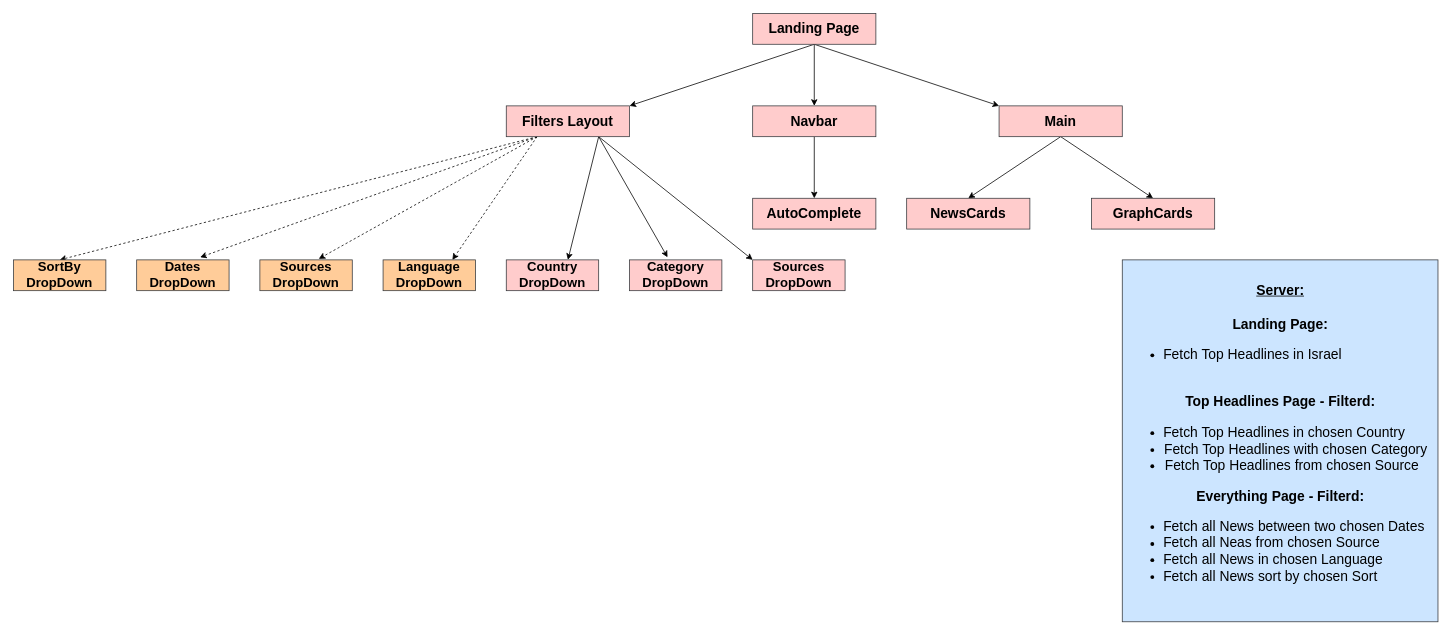
Above: src/utils/components-diagram.drawio in NoyKerenHLS/Dispatcher-Client (draw.io), before the change. Source tidied: cells renumbered, new cells numbered last; positions are measured from the earlier drawing's top-left corner, leaving out a move shared by most shapes. Both pictures are drawn from the tidied source at 77%, with x=0, y=0 at pixel (13, 13).
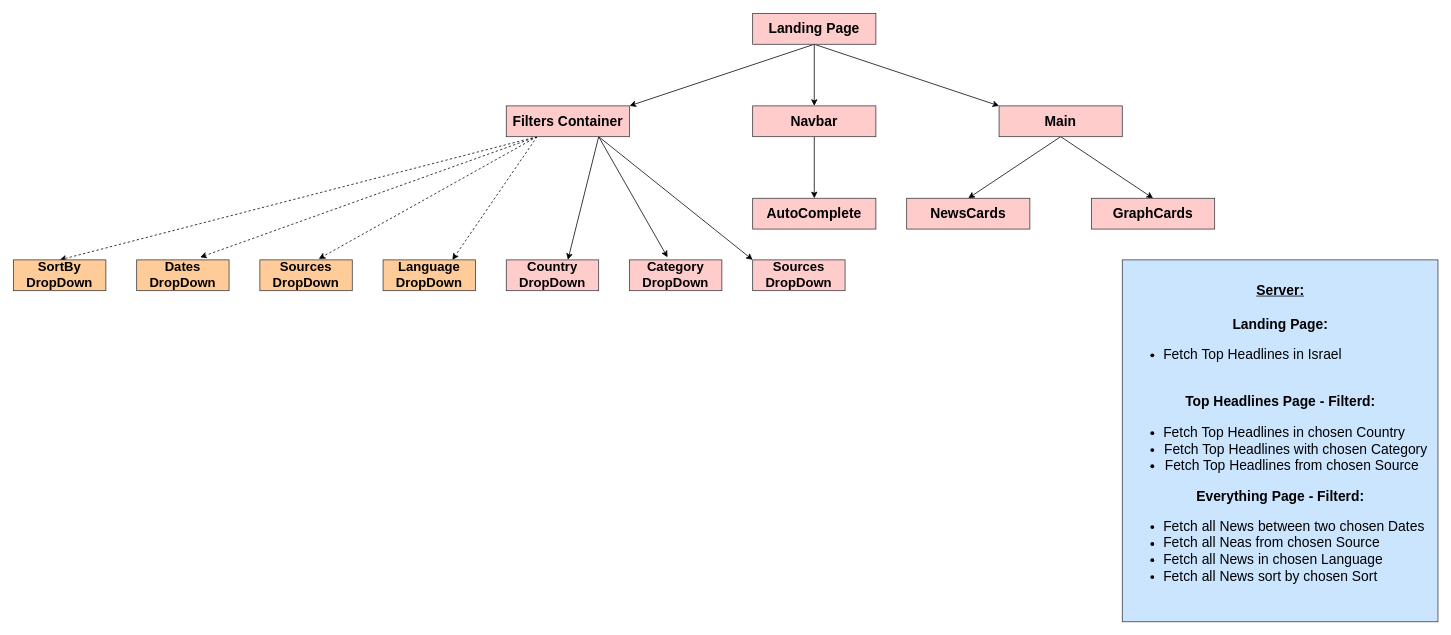
The same diagram, later.

What changed in the source:
```diff
@@
-    <mxCell id="15" value="&lt;b&gt;Filters Layout&lt;/b&gt;" style="rounded=0;whiteSpace=wrap;html=1;fillColor=#ffcccc;strokeColor=#36393d;fontSize=18;fontColor=#000000;" parent="1" vertex="1">
+    <mxCell id="15" value="&lt;b&gt;Filters Container&lt;/b&gt;" style="rounded=0;whiteSpace=wrap;html=1;fillColor=#ffcccc;strokeColor=#36393d;fontSize=18;fontColor=#000000;" parent="1" vertex="1">
       <mxGeometry x="640" y="120" width="160" height="40" as="geometry" />
     </mxCell>
```
